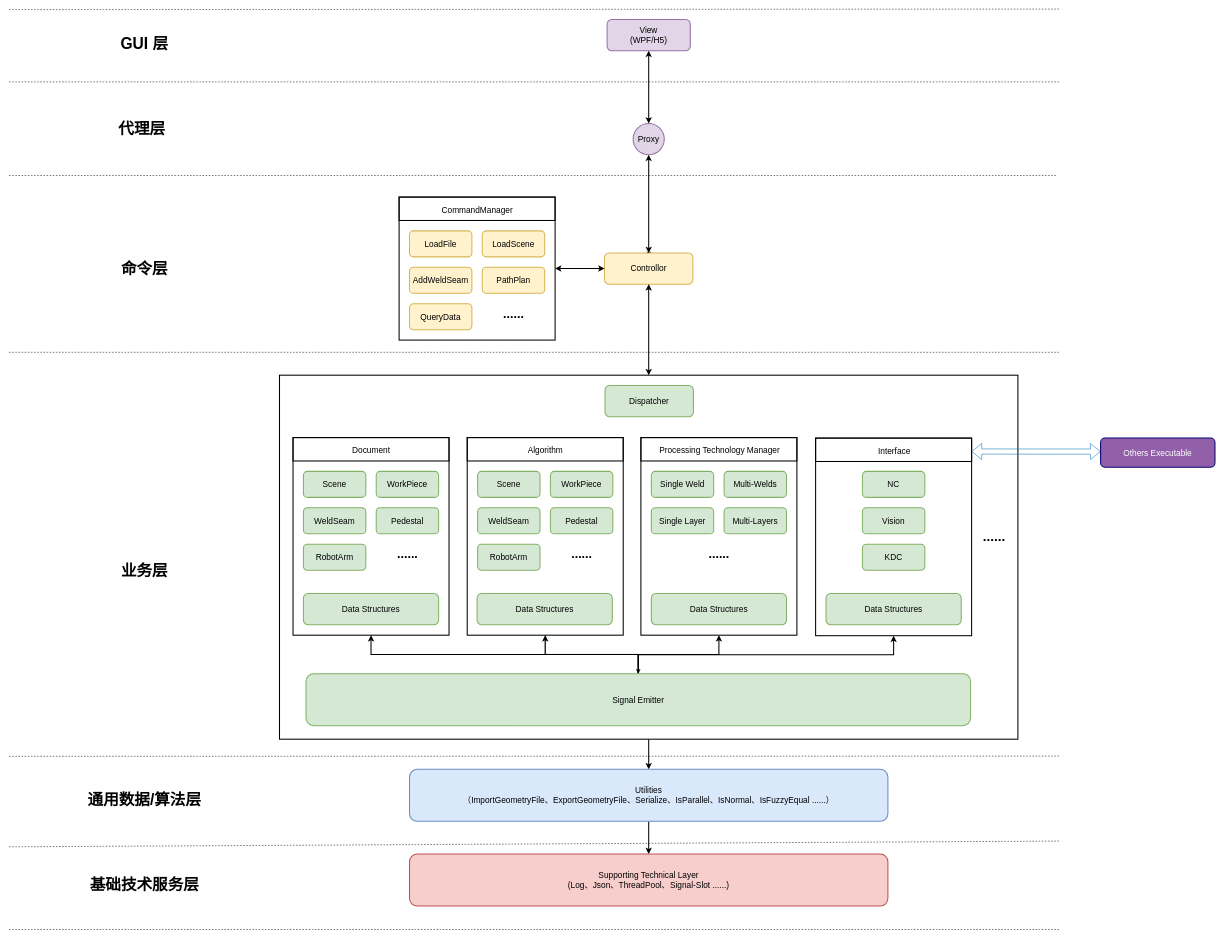
Earlier version of the draw.io diagram 未命名绘图.drawio (TsinHC/ebook). Source tidied: cells renumbered, new cells numbered last; positions are measured from the earlier drawing's top-left corner, leaving out a move shared by most shapes. Both pictures are drawn from the tidied source at 52%, with x=0, y=0 at pixel (9, 9).
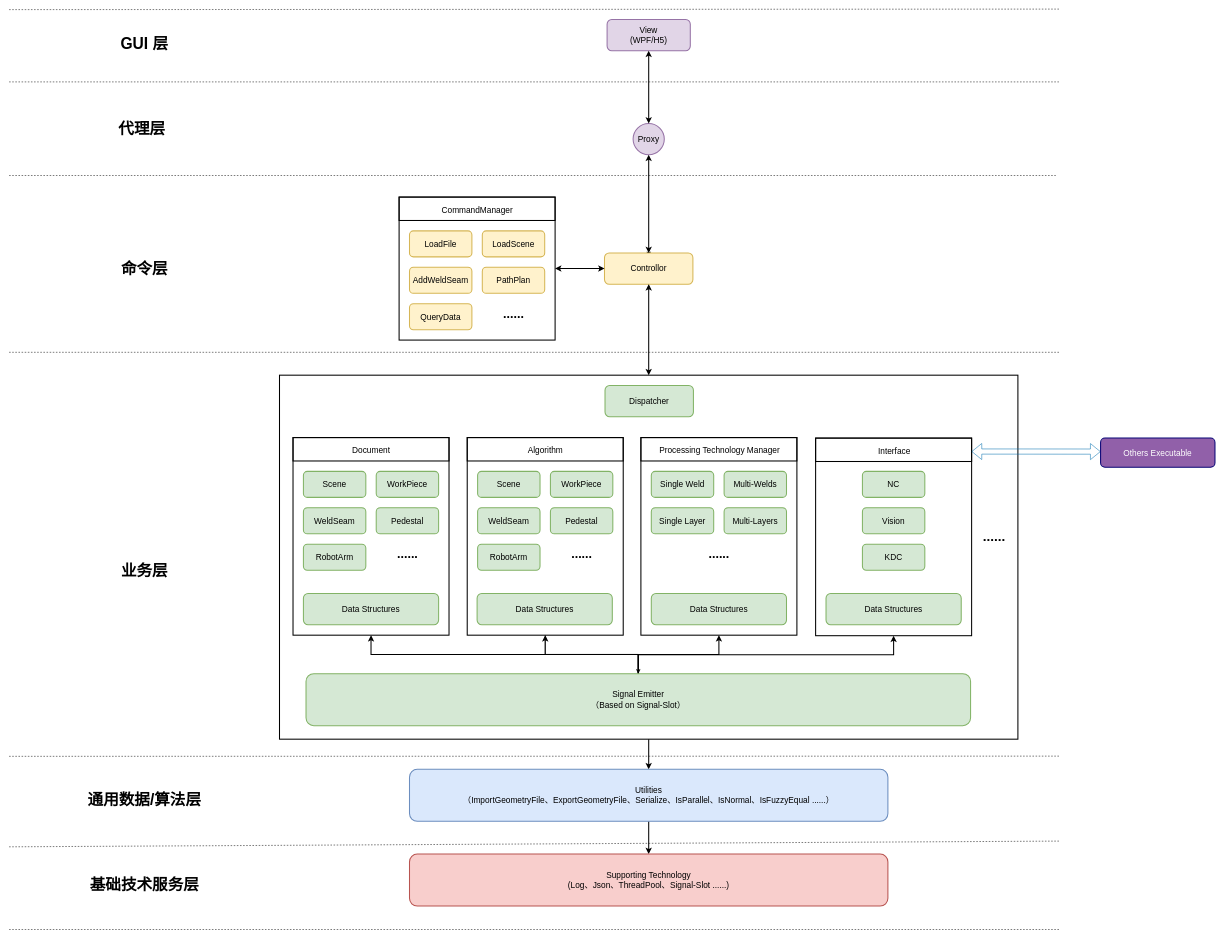
The same page after the edit.

Commit message (it also covers changes not shown here):
更新未命名绘图.drawio

What changed in the source:
```diff
@@
-    <mxCell id="36" value="&lt;font style=&quot;font-size: 16px;&quot;&gt;Supporting Technical Layer&lt;br&gt;(Log、Json、ThreadPool、Signal-Slot ......)&lt;br&gt;&lt;/font&gt;" style="rounded=1;whiteSpace=wrap;html=1;fillColor=#f8cecc;strokeColor=#b85450;strokeWidth=2;" parent="1" vertex="1">
+    <mxCell id="36" value="&lt;font style=&quot;font-size: 16px;&quot;&gt;Supporting Technology&lt;br&gt;(Log、Json、ThreadPool、Signal-Slot ......)&lt;br&gt;&lt;/font&gt;" style="rounded=1;whiteSpace=wrap;html=1;fillColor=#f8cecc;strokeColor=#b85450;strokeWidth=2;" parent="1" vertex="1">
       <mxGeometry x="770" y="1625" width="920" height="100" as="geometry" />
     </mxCell>
@@
-    <mxCell id="51" value="&lt;span style=&quot;font-size: 16px;&quot;&gt;Signal Emitter&lt;/span&gt;" style="rounded=1;whiteSpace=wrap;html=1;fillColor=#d5e8d4;strokeColor=#82b366;strokeWidth=2;" parent="1" vertex="1">
+    <mxCell id="51" value="&lt;span style=&quot;font-size: 16px;&quot;&gt;Signal Emitter&lt;br&gt;（Based on Signal-Slot）&lt;br&gt;&lt;/span&gt;" style="rounded=1;whiteSpace=wrap;html=1;fillColor=#d5e8d4;strokeColor=#82b366;strokeWidth=2;" parent="1" vertex="1">
       <mxGeometry x="571" y="1278" width="1278" height="100" as="geometry" />
     </mxCell>
```
